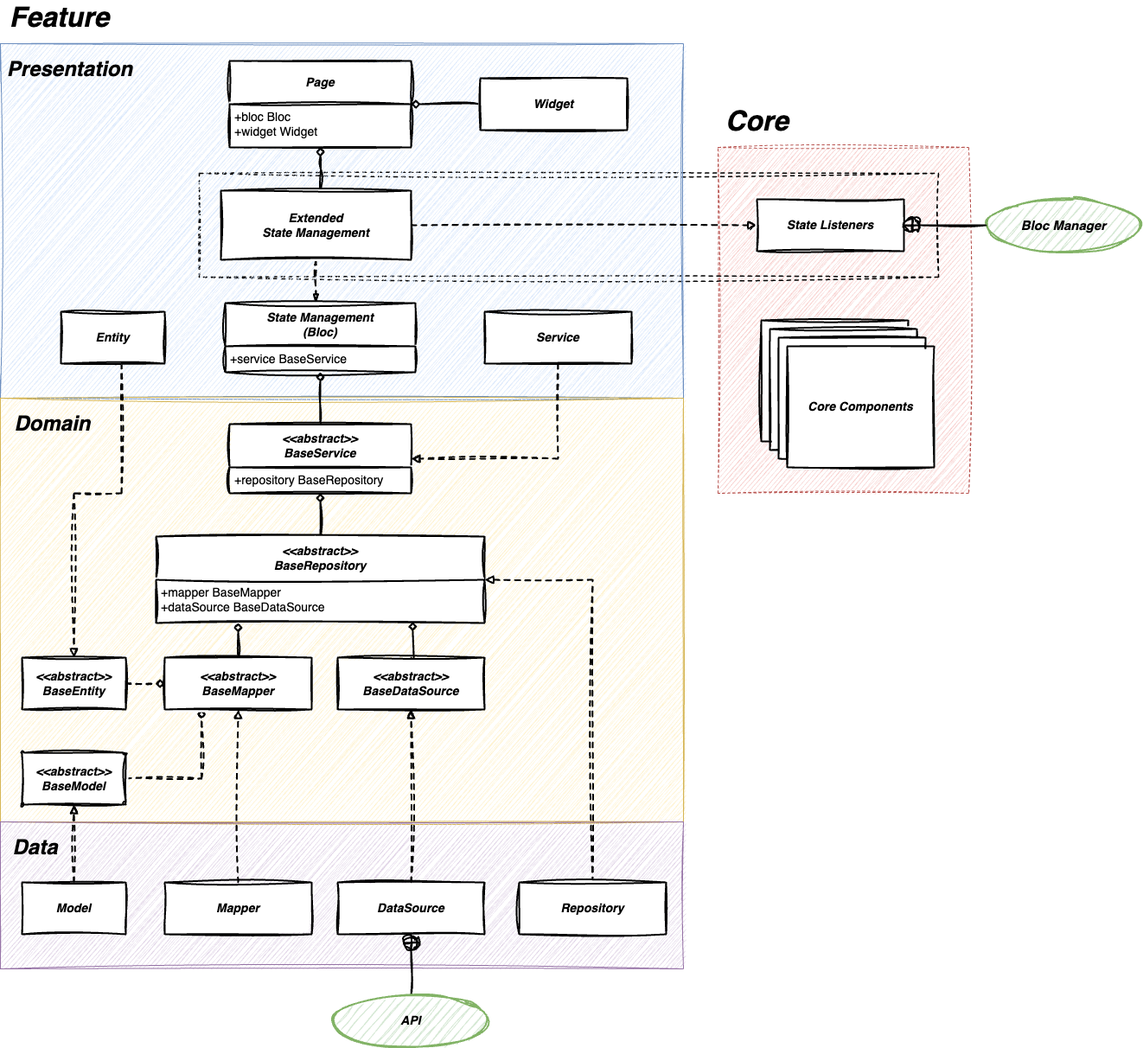
This is architecture.drawio.png from hamed-rezaee/flutter_component_architecture_poc, a draw.io export, as it was before one commit. Source tidied: cells renumbered, new cells last; positions are measured from the earlier drawing's top-left corner, leaving out a move shared by most shapes.
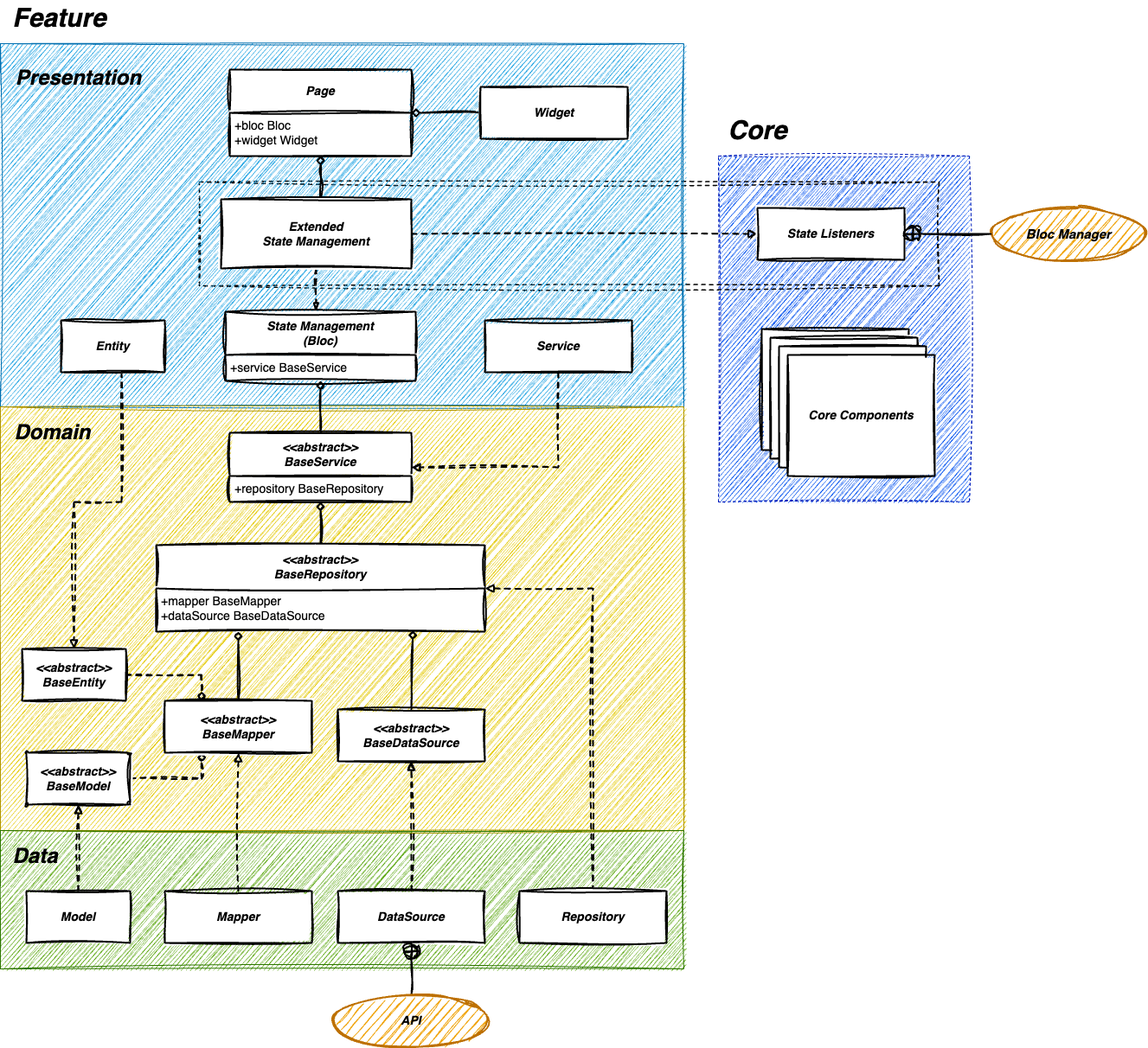
After the commit.

Change to the diagram source:
```diff
@@ -2,42 +2,43 @@
   <root>
     <mxCell id="0" />
     <mxCell id="1" parent="0" />
-    <mxCell id="2" style="rounded=0;whiteSpace=wrap;html=1;fillColor=#f8cecc;strokeColor=#b85450;sketch=1;curveFitting=1;jiggle=2;dashed=1;" parent="1" vertex="1">
+    <mxCell id="2" style="rounded=0;whiteSpace=wrap;html=1;fillColor=#0050ef;strokeColor=#001DBC;sketch=1;curveFitting=1;jiggle=2;dashed=1;fontColor=#ffffff;" parent="1" vertex="1">
       <mxGeometry x="830" y="170" width="290" height="400" as="geometry" />
     </mxCell>
     <mxCell id="3" style="rounded=0;whiteSpace=wrap;html=1;dashed=1;shadow=0;glass=0;fillColor=none;sketch=1;curveFitting=1;jiggle=2;strokeWidth=1.5;perimeterSpacing=1;strokeColor=#000000;" parent="1" vertex="1">
       <mxGeometry x="230" y="200" width="855" height="120" as="geometry" />
     </mxCell>
-    <mxCell id="4" style="rounded=0;whiteSpace=wrap;html=1;fillColor=#dae8fc;strokeColor=#6c8ebf;sketch=1;curveFitting=1;jiggle=2;" parent="1" vertex="1">
-      <mxGeometry y="50" width="790" height="410" as="geometry" />
+    <mxCell id="4" style="rounded=0;whiteSpace=wrap;html=1;fillColor=#1ba1e2;strokeColor=#006EAF;sketch=1;curveFitting=1;jiggle=2;fontColor=#ffffff;" parent="1" vertex="1">
+      <mxGeometry y="40" width="790" height="420" as="geometry" />
     </mxCell>
-    <mxCell id="5" style="rounded=0;whiteSpace=wrap;html=1;fillColor=#fff2cc;strokeColor=#d6b656;sketch=1;curveFitting=1;jiggle=2;" parent="1" vertex="1">
+    <mxCell id="5" style="rounded=0;whiteSpace=wrap;html=1;fillColor=#e3c800;strokeColor=#B09500;sketch=1;curveFitting=1;jiggle=2;fontColor=#000000;" parent="1" vertex="1">
       <mxGeometry y="460" width="790" height="490" as="geometry" />
     </mxCell>
-    <mxCell id="6" style="rounded=0;whiteSpace=wrap;html=1;fillColor=#e1d5e7;strokeColor=#9673a6;sketch=1;curveFitting=1;jiggle=2;" parent="1" vertex="1">
-      <mxGeometry y="950" width="790" height="170" as="geometry" />
+    <mxCell id="6" style="rounded=0;whiteSpace=wrap;html=1;fillColor=#60a917;strokeColor=#2D7600;sketch=1;curveFitting=1;jiggle=2;fontColor=#ffffff;" parent="1" vertex="1">
+      <mxGeometry y="950" width="790" height="160" as="geometry" />
     </mxCell>
-    <mxCell id="7" style="edgeStyle=orthogonalEdgeStyle;rounded=0;jettySize=auto;html=1;exitX=1;exitY=0.5;exitDx=0;exitDy=0;entryX=0.25;entryY=1;entryDx=0;entryDy=0;endArrow=diamond;endFill=0;sketch=1;curveFitting=1;jiggle=2;dashed=1;strokeWidth=2;" parent="1" edge="1" source="8" target="12">
+    <mxCell id="7" style="edgeStyle=orthogonalEdgeStyle;jettySize=auto;html=1;exitX=1;exitY=0.5;exitDx=0;exitDy=0;entryX=0.25;entryY=1;entryDx=0;entryDy=0;endArrow=diamond;endFill=0;sketch=1;curveFitting=1;jiggle=2;dashed=1;strokeWidth=2;rounded=0;" parent="1" edge="1" source="8" target="12">
       <mxGeometry relative="1" as="geometry" />
     </mxCell>
     <mxCell id="8" value="&lt;b style=&quot;border-color: var(--border-color);&quot;&gt;&lt;i style=&quot;border-color: var(--border-color);&quot;&gt;&amp;lt;&amp;lt;abstract&amp;gt;&amp;gt;&lt;br&gt;&lt;/i&gt;&lt;/b&gt;&lt;b&gt;&lt;i&gt;&lt;font style=&quot;font-size: 14px;&quot;&gt;BaseModel&lt;/font&gt;&lt;/i&gt;&lt;/b&gt;" style="rounded=1;whiteSpace=wrap;html=1;sketch=1;curveFitting=1;jiggle=2;fontSize=14;fontStyle=0;startSize=50;strokeWidth=2;shadow=0;dashed=0;arcSize=4;" parent="1" vertex="1">
-      <mxGeometry x="25" y="870" width="120" height="60" as="geometry" />
+      <mxGeometry x="30" y="860" width="120" height="60" as="geometry" />
     </mxCell>
-    <mxCell id="9" style="edgeStyle=orthogonalEdgeStyle;rounded=0;jettySize=auto;html=1;exitX=1;exitY=0.5;exitDx=0;exitDy=0;entryX=0;entryY=0.5;entryDx=0;entryDy=0;endArrow=diamond;endFill=0;sketch=1;curveFitting=1;jiggle=2;dashed=1;strokeWidth=2;" parent="1" edge="1" source="10" target="12">
+    <mxCell id="9" style="edgeStyle=orthogonalEdgeStyle;rounded=0;jettySize=auto;html=1;exitX=1;exitY=0.5;exitDx=0;exitDy=0;entryX=0.25;entryY=0;entryDx=0;entryDy=0;endArrow=diamond;endFill=0;sketch=1;curveFitting=1;jiggle=2;dashed=1;strokeWidth=2;" parent="1" edge="1" source="10" target="12">
       <mxGeometry relative="1" as="geometry" />
     </mxCell>
     <mxCell id="10" value="&lt;b style=&quot;border-color: var(--border-color);&quot;&gt;&lt;i style=&quot;border-color: var(--border-color);&quot;&gt;&amp;lt;&amp;lt;abstract&amp;gt;&amp;gt;&lt;br&gt;&lt;/i&gt;&lt;/b&gt;&lt;b&gt;&lt;i&gt;&lt;font style=&quot;font-size: 14px;&quot;&gt;BaseEntity&lt;/font&gt;&lt;/i&gt;&lt;/b&gt;" style="rounded=0;whiteSpace=wrap;html=1;sketch=1;curveFitting=1;jiggle=2;fontSize=14;fontStyle=0;startSize=50;strokeWidth=2;shadow=0;dashed=0;arcSize=4;" parent="1" vertex="1">
-      <mxGeometry x="25" y="760" width="120" height="60" as="geometry" />
+      <mxGeometry x="25" y="740" width="120" height="60" as="geometry" />
     </mxCell>
     <mxCell id="11" style="edgeStyle=orthogonalEdgeStyle;rounded=0;jettySize=auto;html=1;entryX=0.25;entryY=1;entryDx=0;entryDy=0;endArrow=diamond;endFill=0;exitX=0.5;exitY=0;exitDx=0;exitDy=0;sketch=1;curveFitting=1;jiggle=2;strokeWidth=2;" parent="1" edge="1" source="12" target="21">
       <mxGeometry relative="1" as="geometry">
         <Array as="points">
-          <mxPoint x="275" y="730" />
+          <mxPoint x="275" y="720" />
+          <mxPoint x="275" y="720" />
         </Array>
       </mxGeometry>
     </mxCell>
     <mxCell id="12" value="&lt;b&gt;&lt;i&gt;&lt;font style=&quot;font-size: 14px;&quot;&gt;&amp;lt;&amp;lt;abstract&amp;gt;&amp;gt;&lt;br&gt;BaseMapper&lt;br&gt;&lt;/font&gt;&lt;/i&gt;&lt;/b&gt;" style="rounded=0;whiteSpace=wrap;html=1;sketch=1;curveFitting=1;jiggle=2;fontSize=14;fontStyle=0;startSize=50;strokeWidth=2;shadow=0;dashed=0;arcSize=4;" parent="1" vertex="1">
-      <mxGeometry x="190" y="760" width="170" height="60" as="geometry" />
+      <mxGeometry x="190" y="800" width="170" height="60" as="geometry" />
     </mxCell>
     <mxCell id="13" style="edgeStyle=orthogonalEdgeStyle;rounded=0;jettySize=auto;html=1;entryX=0.5;entryY=1;entryDx=0;entryDy=0;endArrow=block;endFill=0;sketch=1;curveFitting=1;jiggle=2;dashed=1;strokeWidth=2;" parent="1" edge="1" source="14" target="12">
       <mxGeometry relative="1" as="geometry" />
@@ -53,7 +54,7 @@
       </mxGeometry>
     </mxCell>
     <mxCell id="16" value="&lt;b&gt;&lt;i&gt;&lt;font style=&quot;font-size: 14px;&quot;&gt;&amp;lt;&amp;lt;abstract&amp;gt;&amp;gt;&lt;br&gt;BaseDataSource&lt;br&gt;&lt;/font&gt;&lt;/i&gt;&lt;/b&gt;" style="rounded=0;whiteSpace=wrap;html=1;sketch=1;curveFitting=1;jiggle=2;fontSize=14;fontStyle=0;startSize=50;strokeWidth=2;shadow=0;dashed=0;arcSize=4;" parent="1" vertex="1">
-      <mxGeometry x="390" y="760" width="170" height="60" as="geometry" />
+      <mxGeometry x="390" y="810" width="170" height="60" as="geometry" />
     </mxCell>
     <mxCell id="17" style="edgeStyle=orthogonalEdgeStyle;rounded=0;jettySize=auto;html=1;endArrow=block;endFill=0;sketch=1;curveFitting=1;jiggle=2;dashed=1;strokeWidth=2;" parent="1" edge="1" source="18" target="16">
       <mxGeometry relative="1" as="geometry" />
@@ -115,7 +116,7 @@
       <mxGeometry y="50" width="210" height="50" as="geometry" />
     </mxCell>
     <mxCell id="35" value="Presentation" style="text;strokeColor=none;fillColor=none;html=1;fontSize=24;fontStyle=3;verticalAlign=middle;align=center;sketch=1;curveFitting=1;jiggle=2;" parent="1" vertex="1">
-      <mxGeometry y="60" width="160" height="40" as="geometry" />
+      <mxGeometry x="10" y="60" width="160" height="40" as="geometry" />
     </mxCell>
     <mxCell id="36" value="Domain" style="text;strokeColor=none;fillColor=none;html=1;fontSize=24;fontStyle=3;verticalAlign=middle;align=center;sketch=1;curveFitting=1;jiggle=2;" parent="1" vertex="1">
       <mxGeometry x="10" y="470" width="100" height="40" as="geometry" />
@@ -126,8 +127,8 @@
     <mxCell id="38" style="edgeStyle=orthogonalEdgeStyle;rounded=0;jettySize=auto;html=1;endArrow=circlePlus;endFill=0;sketch=1;curveFitting=1;jiggle=2;strokeWidth=2;" parent="1" edge="1" source="39" target="18">
       <mxGeometry relative="1" as="geometry" />
     </mxCell>
-    <mxCell id="39" value="&lt;font style=&quot;font-size: 14px;&quot;&gt;&lt;i&gt;API&lt;/i&gt;&lt;/font&gt;" style="ellipse;whiteSpace=wrap;html=1;fontStyle=1;fontSize=12;fillColor=#d5e8d4;strokeColor=#82b366;sketch=1;curveFitting=1;jiggle=2;strokeWidth=2;" parent="1" vertex="1">
-      <mxGeometry x="385" y="1150" width="180" height="60" as="geometry" />
+    <mxCell id="39" value="&lt;font style=&quot;font-size: 14px;&quot;&gt;&lt;i&gt;API&lt;/i&gt;&lt;/font&gt;" style="ellipse;whiteSpace=wrap;html=1;fontStyle=1;fontSize=12;fillColor=#f0a30a;strokeColor=#BD7000;sketch=1;curveFitting=1;jiggle=2;strokeWidth=2;fontColor=#000000;" parent="1" vertex="1">
+      <mxGeometry x="385" y="1140" width="180" height="60" as="geometry" />
     </mxCell>
     <mxCell id="40" style="edgeStyle=orthogonalEdgeStyle;rounded=0;jettySize=auto;html=1;exitX=0.5;exitY=0;exitDx=0;exitDy=0;entryX=0.5;entryY=1;entryDx=0;entryDy=0;endArrow=diamond;endFill=0;sketch=1;curveFitting=1;jiggle=2;strokeWidth=2;" parent="1" edge="1" target="34">
       <mxGeometry relative="1" as="geometry">
@@ -145,8 +146,8 @@
     <mxCell id="42" value="&lt;span&gt;&lt;span&gt;&lt;font style=&quot;&quot;&gt;&lt;b style=&quot;font-size: 14px;&quot;&gt;&lt;i&gt;Extended&lt;br&gt;State&amp;nbsp;&lt;/i&gt;&lt;/b&gt;&lt;b&gt;&lt;i&gt;Management&lt;/i&gt;&lt;/b&gt;&lt;br&gt;&lt;/font&gt;&lt;/span&gt;&lt;/span&gt;" style="rounded=0;whiteSpace=wrap;html=1;fontStyle=0;sketch=1;curveFitting=1;jiggle=2;fontSize=14;startSize=50;strokeWidth=2;shadow=0;dashed=0;arcSize=4;" parent="1" vertex="1">
       <mxGeometry x="255" y="220" width="220" height="80" as="geometry" />
     </mxCell>
-    <mxCell id="43" value="&lt;font style=&quot;font-size: 15px;&quot;&gt;&lt;i&gt;Bloc Manager&lt;/i&gt;&lt;/font&gt;" style="ellipse;whiteSpace=wrap;html=1;fontStyle=1;fontSize=12;fillColor=#d5e8d4;strokeColor=#82b366;sketch=1;curveFitting=1;jiggle=2;strokeWidth=2;" parent="1" vertex="1">
-      <mxGeometry x="1140" y="230" width="180" height="60" as="geometry" />
+    <mxCell id="43" value="&lt;font style=&quot;font-size: 15px;&quot;&gt;&lt;i&gt;Bloc Manager&lt;/i&gt;&lt;/font&gt;" style="ellipse;whiteSpace=wrap;html=1;fontStyle=1;fontSize=12;fillColor=#f0a30a;strokeColor=#BD7000;sketch=1;curveFitting=1;jiggle=2;strokeWidth=2;fontColor=#000000;" parent="1" vertex="1">
+      <mxGeometry x="1145" y="230" width="180" height="60" as="geometry" />
     </mxCell>
     <mxCell id="44" style="edgeStyle=orthogonalEdgeStyle;rounded=0;jettySize=auto;html=1;entryX=0;entryY=0.5;entryDx=0;entryDy=0;sketch=1;curveFitting=1;jiggle=2;endArrow=block;endFill=1;dashed=1;strokeWidth=2;exitX=1;exitY=0.5;exitDx=0;exitDy=0;" parent="1" edge="1" source="42" target="45">
       <mxGeometry relative="1" as="geometry" />
@@ -161,11 +162,12 @@
       <mxGeometry relative="1" as="geometry" />
     </mxCell>
     <mxCell id="48" value="&lt;b&gt;&lt;i&gt;&lt;font style=&quot;font-size: 14px;&quot;&gt;Model&lt;/font&gt;&lt;/i&gt;&lt;/b&gt;" style="rounded=0;whiteSpace=wrap;html=1;sketch=1;curveFitting=1;jiggle=2;fontSize=14;fontStyle=0;startSize=50;strokeWidth=2;shadow=0;dashed=0;arcSize=4;" parent="1" vertex="1">
-      <mxGeometry x="25" y="1020" width="120" height="60" as="geometry" />
+      <mxGeometry x="30" y="1020" width="120" height="60" as="geometry" />
     </mxCell>
     <mxCell id="49" style="edgeStyle=orthogonalEdgeStyle;rounded=0;jettySize=auto;html=1;exitX=0.5;exitY=1;exitDx=0;exitDy=0;entryX=0.5;entryY=0;entryDx=0;entryDy=0;endArrow=block;endFill=0;sketch=1;curveFitting=1;jiggle=2;dashed=1;strokeWidth=2;" parent="1" edge="1" source="50" target="10">
       <mxGeometry relative="1" as="geometry">
         <Array as="points">
+          <mxPoint x="140" y="420" />
           <mxPoint x="140" y="570" />
           <mxPoint x="85" y="570" />
         </Array>
@@ -174,7 +176,7 @@
     <mxCell id="50" value="&lt;b&gt;&lt;i&gt;&lt;font style=&quot;font-size: 14px;&quot;&gt;Entity&lt;br&gt;&lt;/font&gt;&lt;/i&gt;&lt;/b&gt;" style="rounded=0;whiteSpace=wrap;html=1;sketch=1;curveFitting=1;jiggle=2;fontSize=14;fontStyle=0;startSize=50;strokeWidth=2;shadow=0;dashed=0;arcSize=4;" parent="1" vertex="1">
       <mxGeometry x="70" y="360" width="120" height="60" as="geometry" />
     </mxCell>
-    <mxCell id="51" value="&lt;font style=&quot;font-size: 32px;&quot;&gt;Core&lt;/font&gt;" style="text;strokeColor=none;fillColor=none;html=1;fontSize=24;fontStyle=3;verticalAlign=middle;align=center;sketch=1;curveFitting=1;jiggle=2;" parent="1" vertex="1">
+    <mxCell id="51" value="&lt;font style=&quot;font-size: 30px;&quot;&gt;Core&lt;/font&gt;" style="text;strokeColor=none;fillColor=none;html=1;fontSize=24;fontStyle=3;verticalAlign=middle;align=center;sketch=1;curveFitting=1;jiggle=2;" parent="1" vertex="1">
       <mxGeometry x="840" y="120" width="70" height="40" as="geometry" />
     </mxCell>
     <mxCell id="52" value="&lt;b&gt;&lt;i&gt;&lt;font style=&quot;font-size: 14px;&quot;&gt;Other&lt;br&gt;Core Components&lt;br&gt;&lt;/font&gt;&lt;/i&gt;&lt;/b&gt;" style="rounded=0;whiteSpace=wrap;html=1;sketch=1;curveFitting=1;jiggle=2;fontSize=14;fontStyle=0;startSize=50;strokeWidth=2;shadow=0;dashed=0;arcSize=4;" parent="1" vertex="1">
@@ -189,8 +191,8 @@
     <mxCell id="55" value="&lt;b&gt;&lt;i&gt;&lt;font style=&quot;font-size: 14px;&quot;&gt;Core Components&lt;br&gt;&lt;/font&gt;&lt;/i&gt;&lt;/b&gt;" style="rounded=0;whiteSpace=wrap;html=1;sketch=1;curveFitting=1;jiggle=2;fontSize=14;fontStyle=0;startSize=50;strokeWidth=2;shadow=0;dashed=0;arcSize=4;" parent="1" vertex="1">
       <mxGeometry x="910" y="400" width="170" height="140" as="geometry" />
     </mxCell>
-    <mxCell id="56" value="&lt;font style=&quot;font-size: 32px;&quot;&gt;Feature&lt;/font&gt;" style="text;strokeColor=none;fillColor=none;html=1;fontSize=24;fontStyle=3;verticalAlign=middle;align=center;sketch=1;curveFitting=1;jiggle=2;" parent="1" vertex="1">
-      <mxGeometry x="10" width="115" height="40" as="geometry" />
+    <mxCell id="56" value="&lt;font style=&quot;font-size: 30px;&quot;&gt;Feature&lt;/font&gt;" style="text;strokeColor=none;fillColor=none;html=1;fontSize=24;fontStyle=3;verticalAlign=middle;align=center;sketch=1;curveFitting=1;jiggle=2;" parent="1" vertex="1">
+      <mxGeometry x="10" y="-10" width="115" height="40" as="geometry" />
     </mxCell>
   </root>
 </mxGraphModel>
```
